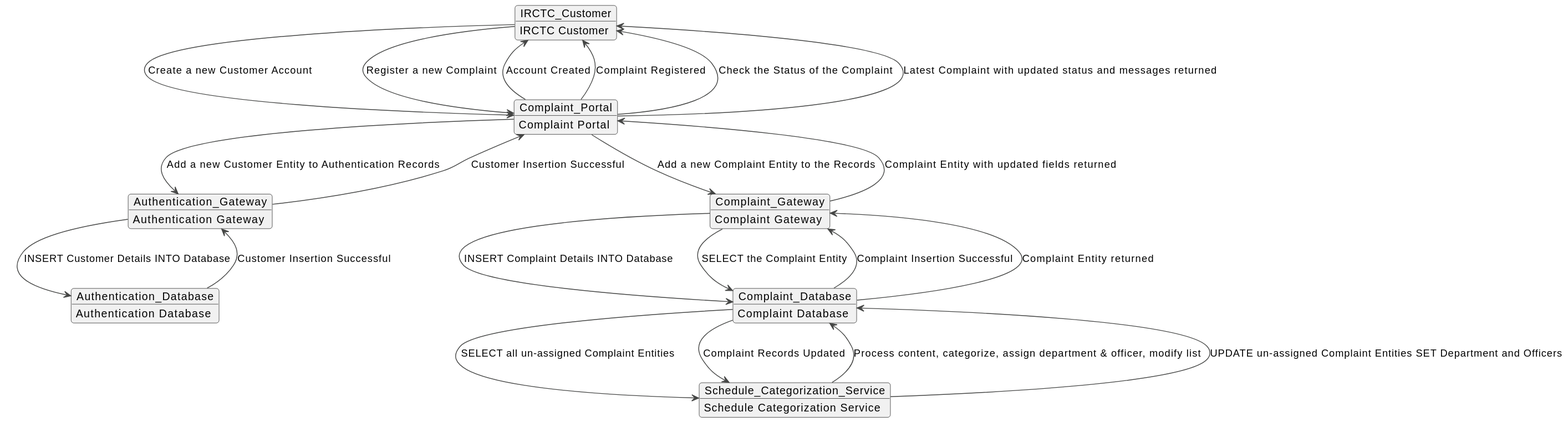
Above: uml/collaboration/customer/customer_collaboration.svg in Anikate-De/rail-madad (PlantUML), before the change. The source it was exported from:
```plantuml
@startuml
!theme vibrant
object IRCTC_Customer {
    IRCTC Customer
}

object Complaint_Portal {
    Complaint Portal
}

object Authentication_Gateway {
    Authentication Gateway
}

object Complaint_Gateway {
    Complaint Gateway
}

object Authentication_Database {
    Authentication Database
}

object Complaint_Database {
    Complaint Database
}

object Schedule_Categorization_Service {
    Schedule Categorization Service
}

IRCTC_Customer --> Complaint_Portal : Create a new Customer Account
Complaint_Portal --> Authentication_Gateway : Add a new Customer Entity to Authentication Records
Authentication_Gateway --> Authentication_Database : INSERT Customer Details INTO Database
Authentication_Database --> Authentication_Gateway : Customer Insertion Successful
Authentication_Gateway --> Complaint_Portal : Customer Insertion Successful
Complaint_Portal --> IRCTC_Customer : Account Created

IRCTC_Customer --> Complaint_Portal : Register a new Complaint
Complaint_Portal --> Complaint_Gateway : Add a new Complaint Entity to the Records
Complaint_Gateway --> Complaint_Database : INSERT Complaint Details INTO Database
Complaint_Database --> Complaint_Gateway : Complaint Insertion Successful
Complaint_Gateway --> Complaint_Portal : Complaint Entity with updated fields returned
Complaint_Portal --> IRCTC_Customer : Complaint Registered

Complaint_Database --> Schedule_Categorization_Service : SELECT all un-assigned Complaint Entities
Schedule_Categorization_Service --> Complaint_Database : Process content, categorize, assign department & officer, modify list
Schedule_Categorization_Service --> Complaint_Database : UPDATE un-assigned Complaint Entities SET Department and Officers
Complaint_Database --> Schedule_Categorization_Service: Complaint Records Updated

Complaint_Portal --> IRCTC_Customer : Check the Status of the Complaint
Complaint_Gateway --> Complaint_Database : SELECT the Complaint Entity
Complaint_Database --> Complaint_Gateway : Complaint Entity returned
Complaint_Portal --> IRCTC_Customer : Latest Complaint with updated status and messages returned
@enduml
```
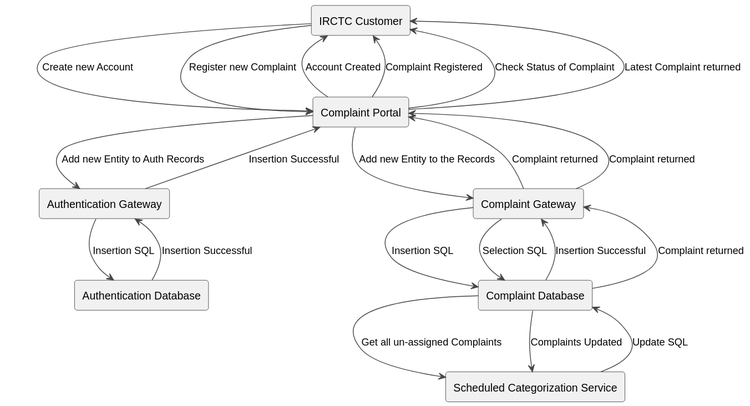
After the change.

Commit message:
add new customer collab svg

Diff of the diagram source:
```diff
@@ -1,54 +1,28 @@
 @startuml
 !theme vibrant
-object IRCTC_Customer {
-    IRCTC Customer
-}
+skinparam componentstyle rectangle
 
-object Complaint_Portal {
-    Complaint Portal
-}
+[IRCTC Customer] --> [Complaint Portal] : Create new Account
+[Complaint Portal] --> [Authentication Gateway] : Add new Entity to Auth Records
+[Authentication Gateway] --> [Authentication Database] : Insertion SQL
+[Authentication Database] --> [Authentication Gateway] : Insertion Successful
+[Authentication Gateway] --> [Complaint Portal] : Insertion Successful
+[Complaint Portal] --> [IRCTC Customer] : Account Created
 
-object Authentication_Gateway {
-    Authentication Gateway
-}
+[IRCTC Customer] --> [Complaint Portal] : Register new Complaint
+[Complaint Portal] --> [Complaint Gateway] : Add new Entity to the Records
+[Complaint Gateway] --> [Complaint Database] : Insertion SQL
+[Complaint Database] --> [Complaint Gateway] : Insertion Successful
+[Complaint Gateway] --> [Complaint Portal] : Complaint returned
+[Complaint Portal] --> [IRCTC Customer] : Complaint Registered
 
-object Complaint_Gateway {
-    Complaint Gateway
-}
+[Complaint Database] --> [Scheduled Categorization Service] : Get all un-assigned Complaints
+[Scheduled Categorization Service] --> [Complaint Database] : Update SQL
+[Complaint Database] --> [Scheduled Categorization Service] : Complaints Updated
 
-object Authentication_Database {
-    Authentication Database
-}
-
-object Complaint_Database {
-    Complaint Database
-}
-
-object Schedule_Categorization_Service {
-    Schedule Categorization Service
-}
-
-IRCTC_Customer --> Complaint_Portal : Create a new Customer Account
-Complaint_Portal --> Authentication_Gateway : Add a new Customer Entity to Authentication Records
-Authentication_Gateway --> Authentication_Database : INSERT Customer Details INTO Database
-Authentication_Database --> Authentication_Gateway : Customer Insertion Successful
-Authentication_Gateway --> Complaint_Portal : Customer Insertion Successful
-Complaint_Portal --> IRCTC_Customer : Account Created
-
-IRCTC_Customer --> Complaint_Portal : Register a new Complaint
-Complaint_Portal --> Complaint_Gateway : Add a new Complaint Entity to the Records
-Complaint_Gateway --> Complaint_Database : INSERT Complaint Details INTO Database
-Complaint_Database --> Complaint_Gateway : Complaint Insertion Successful
-Complaint_Gateway --> Complaint_Portal : Complaint Entity with updated fields returned
-Complaint_Portal --> IRCTC_Customer : Complaint Registered
-
-Complaint_Database --> Schedule_Categorization_Service : SELECT all un-assigned Complaint Entities
-Schedule_Categorization_Service --> Complaint_Database : Process content, categorize, assign department & officer, modify list
-Schedule_Categorization_Service --> Complaint_Database : UPDATE un-assigned Complaint Entities SET Department and Officers
-Complaint_Database --> Schedule_Categorization_Service: Complaint Records Updated
-
-Complaint_Portal --> IRCTC_Customer : Check the Status of the Complaint
-Complaint_Gateway --> Complaint_Database : SELECT the Complaint Entity
-Complaint_Database --> Complaint_Gateway : Complaint Entity returned
-Complaint_Portal --> IRCTC_Customer : Latest Complaint with updated status and messages returned
+[Complaint Portal] --> [IRCTC Customer] : Check Status of Complaint
+[Complaint Gateway] --> [Complaint Database] : Selection SQL
+[Complaint Database] --> [Complaint Gateway] : Complaint returned
+[Complaint Gateway] --> [Complaint Portal] : Complaint returned
+[Complaint Portal] --> [IRCTC Customer] : Latest Complaint returned
 @enduml
```
